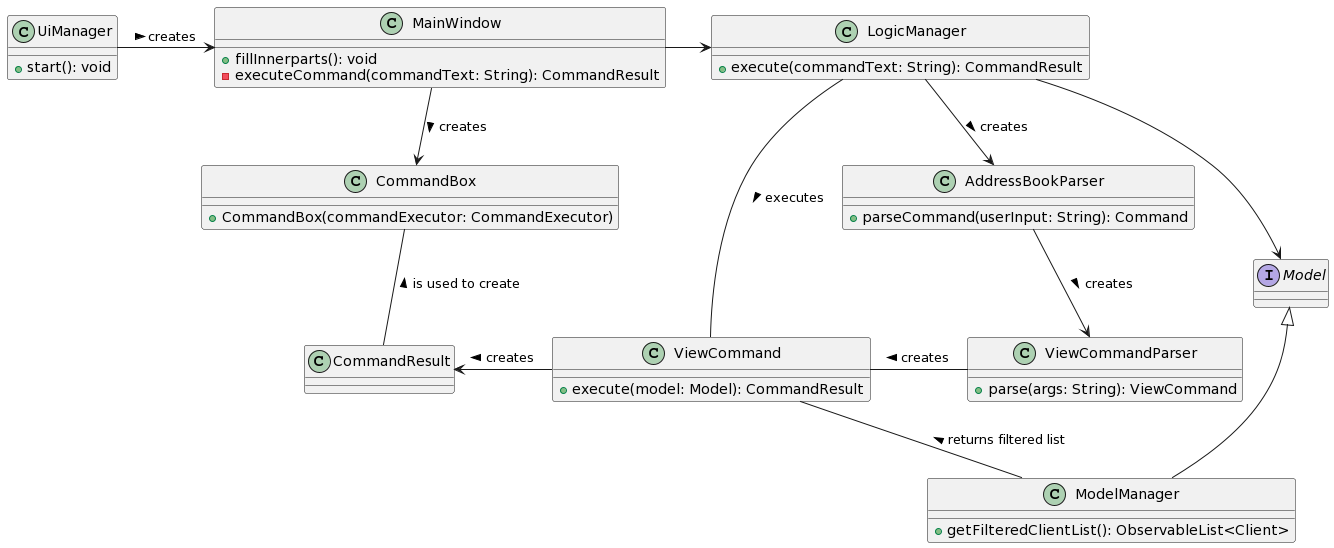
camille-readbean/tp keeps this PlantUML diagram as docs/images/ViewClassDiagram.png. Above is the earlier version.
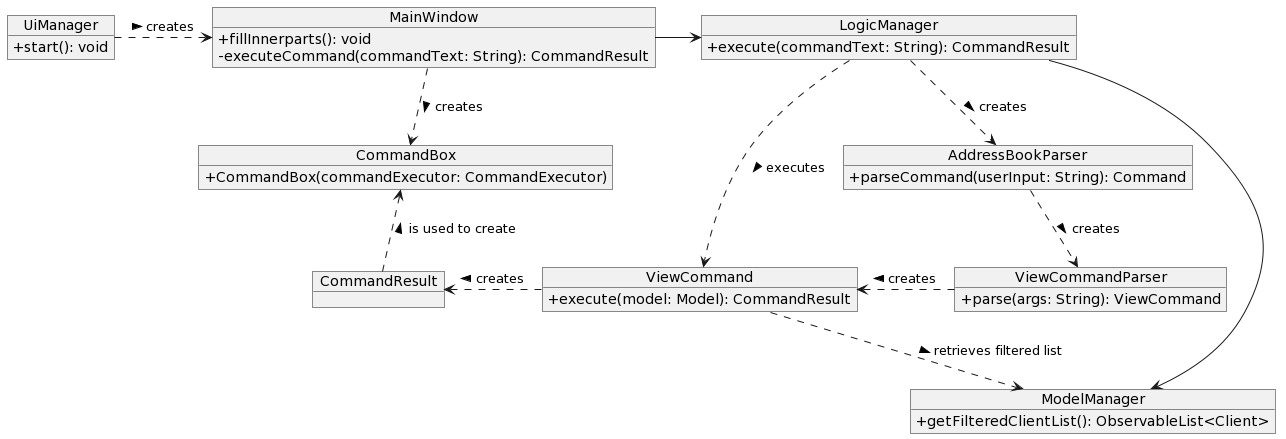
Above is the later version.

Commit message:
Update find-tag and view class diagrams

The edit, as a diff of the source:
```diff
@@ -1,44 +1,54 @@
 @startuml
-class UiManager {
+skinparam classAttributeIconSize 0
+skinparam usecaseAttributeIconSize 0
+skinparam classAttributeFontSize 0
+skinparam usecaseAttributeFontSize 0
+
+object UiManager {
 + start(): void
 }
-class MainWindow {
+
+object MainWindow {
 + fillInnerparts(): void
 - executeCommand(commandText: String): CommandResult
 }
-class LogicManager {
+
+object LogicManager {
 + execute(commandText: String): CommandResult
 }
-class AddressBookParser {
+
+object AddressBookParser {
 + parseCommand(userInput: String): Command
 }
-class ViewCommandParser {
+
+object ViewCommandParser {
 + parse(args: String): ViewCommand
 }
-class ViewCommand {
+
+object ViewCommand {
 + execute(model: Model): CommandResult
 }
-class CommandResult {
+
+object CommandResult {
 }
 
-class CommandBox {
+object CommandBox {
 + CommandBox(commandExecutor: CommandExecutor)
 }
-interface Model
-class ModelManager {
+
+object ModelManager {
 + getFilteredClientList(): ObservableList<Client>
 }
 
-UiManager -> MainWindow : creates >
+UiManager .> MainWindow : creates >
 MainWindow -> LogicManager
-MainWindow --> CommandBox : creates >
-LogicManager --> AddressBookParser : creates >
-Model <|-- ModelManager
-LogicManager --> Model
-AddressBookParser --> ViewCommandParser : creates >
-ViewCommand - ViewCommandParser : creates <
-CommandResult <- ViewCommand : creates <
-ViewCommand -- ModelManager: returns filtered list <
-LogicManager -- ViewCommand : executes >
-CommandBox -- CommandResult : is used to create <
+MainWindow ..> CommandBox : creates >
+LogicManager ..> AddressBookParser : creates >
+LogicManager --> ModelManager
+AddressBookParser ..> ViewCommandParser : creates >
+ViewCommand <. ViewCommandParser : creates <
+CommandResult <. ViewCommand : creates <
+ViewCommand ..> ModelManager: retrieves filtered list >
+LogicManager ..> ViewCommand : executes >
+CommandBox <.. CommandResult : is used to create <
 @enduml
```
